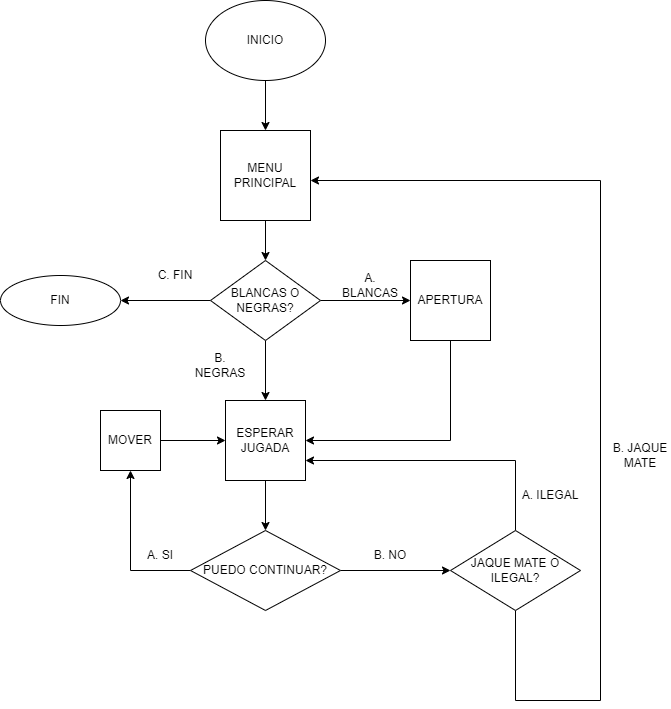
This is Diagrama de flujo.png from aigora/twE100_2122-defensa_siciliana, a draw.io export, as it was before one commit. Source tidied: cells renumbered, new cells last; positions are measured from the earlier drawing's top-left corner, leaving out a move shared by most shapes. Source of this version:
```xml
<mxGraphModel>
  <root>
    <mxCell id="0" />
    <mxCell id="1" parent="0" />
    <mxCell id="2" style="edgeStyle=orthogonalEdgeStyle;rounded=0;jettySize=auto;html=1;" parent="1" edge="1" source="3" target="5">
      <mxGeometry relative="1" as="geometry" />
    </mxCell>
    <mxCell id="3" value="INICIO&lt;br&gt;" style="ellipse;whiteSpace=wrap;html=1;" parent="1" vertex="1">
      <mxGeometry x="205" width="120" height="80" as="geometry" />
    </mxCell>
    <mxCell id="4" style="edgeStyle=orthogonalEdgeStyle;rounded=0;jettySize=auto;html=1;entryX=0.5;entryY=0;entryDx=0;entryDy=0;" parent="1" edge="1" source="5" target="10">
      <mxGeometry relative="1" as="geometry" />
    </mxCell>
    <mxCell id="5" value="MENU PRINCIPAL&lt;br&gt;" style="whiteSpace=wrap;html=1;" parent="1" vertex="1">
      <mxGeometry x="220" y="130" width="90" height="90" as="geometry" />
    </mxCell>
    <mxCell id="6" value="FIN" style="ellipse;whiteSpace=wrap;html=1;" parent="1" vertex="1">
      <mxGeometry y="275" width="120" height="50" as="geometry" />
    </mxCell>
    <mxCell id="7" style="edgeStyle=orthogonalEdgeStyle;rounded=0;jettySize=auto;html=1;" parent="1" edge="1" source="10" target="15">
      <mxGeometry relative="1" as="geometry" />
    </mxCell>
    <mxCell id="8" style="edgeStyle=orthogonalEdgeStyle;rounded=0;jettySize=auto;html=1;entryX=0;entryY=0.5;entryDx=0;entryDy=0;" parent="1" edge="1" source="10" target="13">
      <mxGeometry relative="1" as="geometry" />
    </mxCell>
    <mxCell id="9" style="edgeStyle=orthogonalEdgeStyle;rounded=0;jettySize=auto;html=1;entryX=1;entryY=0.5;entryDx=0;entryDy=0;" parent="1" edge="1" source="10" target="6">
      <mxGeometry relative="1" as="geometry" />
    </mxCell>
    <mxCell id="10" value="BLANCAS O NEGRAS?" style="rhombus;whiteSpace=wrap;html=1;" parent="1" vertex="1">
      <mxGeometry x="210" y="260" width="110" height="80" as="geometry" />
    </mxCell>
    <mxCell id="11" style="edgeStyle=orthogonalEdgeStyle;rounded=0;jettySize=auto;html=1;exitX=0.25;exitY=1;exitDx=0;exitDy=0;" parent="1" edge="1" source="13">
      <mxGeometry relative="1" as="geometry">
        <mxPoint x="440" y="320" as="targetPoint" />
      </mxGeometry>
    </mxCell>
    <mxCell id="12" style="edgeStyle=orthogonalEdgeStyle;rounded=0;jettySize=auto;html=1;entryX=1;entryY=0.5;entryDx=0;entryDy=0;exitX=0.5;exitY=1;exitDx=0;exitDy=0;" parent="1" edge="1" source="13" target="15">
      <mxGeometry relative="1" as="geometry" />
    </mxCell>
    <mxCell id="13" value="APERTURA" style="whiteSpace=wrap;html=1;" parent="1" vertex="1">
      <mxGeometry x="410" y="260" width="80" height="80" as="geometry" />
    </mxCell>
    <mxCell id="14" style="edgeStyle=orthogonalEdgeStyle;rounded=0;jettySize=auto;html=1;" parent="1" edge="1" source="15" target="18">
      <mxGeometry relative="1" as="geometry" />
    </mxCell>
    <mxCell id="15" value="ESPERAR JUGADA" style="whiteSpace=wrap;html=1;" parent="1" vertex="1">
      <mxGeometry x="225" y="400" width="80" height="80" as="geometry" />
    </mxCell>
    <mxCell id="16" style="edgeStyle=orthogonalEdgeStyle;rounded=0;jettySize=auto;html=1;entryX=0;entryY=0.5;entryDx=0;entryDy=0;" parent="1" edge="1" source="18" target="21">
      <mxGeometry relative="1" as="geometry" />
    </mxCell>
    <mxCell id="17" style="edgeStyle=orthogonalEdgeStyle;rounded=0;jettySize=auto;html=1;entryX=0.5;entryY=1;entryDx=0;entryDy=0;" parent="1" edge="1" source="18" target="26">
      <mxGeometry relative="1" as="geometry" />
    </mxCell>
    <mxCell id="18" value="PUEDO CONTINUAR?" style="rhombus;whiteSpace=wrap;html=1;" parent="1" vertex="1">
      <mxGeometry x="190" y="530" width="150" height="80" as="geometry" />
    </mxCell>
    <mxCell id="19" style="edgeStyle=orthogonalEdgeStyle;rounded=0;jettySize=auto;html=1;" parent="1" edge="1" source="21" target="15">
      <mxGeometry relative="1" as="geometry">
        <Array as="points">
          <mxPoint x="515" y="460" />
        </Array>
      </mxGeometry>
    </mxCell>
    <mxCell id="20" style="edgeStyle=orthogonalEdgeStyle;rounded=0;jettySize=auto;html=1;" parent="1" edge="1" source="21">
      <mxGeometry relative="1" as="geometry">
        <mxPoint x="310" y="180" as="targetPoint" />
        <Array as="points">
          <mxPoint x="515" y="700" />
          <mxPoint x="600" y="700" />
          <mxPoint x="600" y="180" />
        </Array>
      </mxGeometry>
    </mxCell>
    <mxCell id="21" value="JAQUE MATE O ILEGAL?" style="rhombus;whiteSpace=wrap;html=1;" parent="1" vertex="1">
      <mxGeometry x="450" y="530" width="130" height="80" as="geometry" />
    </mxCell>
    <mxCell id="22" value="A. BLANCAS" style="text;html=1;strokeColor=none;fillColor=none;align=center;verticalAlign=middle;whiteSpace=wrap;rounded=0;" parent="1" vertex="1">
      <mxGeometry x="340" y="270" width="60" height="30" as="geometry" />
    </mxCell>
    <mxCell id="23" value="B. NEGRAS" style="text;html=1;strokeColor=none;fillColor=none;align=center;verticalAlign=middle;whiteSpace=wrap;rounded=0;" parent="1" vertex="1">
      <mxGeometry x="190" y="350" width="60" height="30" as="geometry" />
    </mxCell>
    <mxCell id="24" value="C. FIN" style="text;html=1;strokeColor=none;fillColor=none;align=center;verticalAlign=middle;whiteSpace=wrap;rounded=0;" parent="1" vertex="1">
      <mxGeometry x="145" y="260" width="60" height="30" as="geometry" />
    </mxCell>
    <mxCell id="25" style="edgeStyle=orthogonalEdgeStyle;rounded=0;jettySize=auto;html=1;entryX=0;entryY=0.5;entryDx=0;entryDy=0;" parent="1" edge="1" source="26" target="15">
      <mxGeometry relative="1" as="geometry" />
    </mxCell>
    <mxCell id="26" value="MOVER" style="whiteSpace=wrap;html=1;" parent="1" vertex="1">
      <mxGeometry x="100" y="410" width="60" height="60" as="geometry" />
    </mxCell>
    <mxCell id="27" value="A. SI" style="text;html=1;strokeColor=none;fillColor=none;align=center;verticalAlign=middle;whiteSpace=wrap;rounded=0;" parent="1" vertex="1">
      <mxGeometry x="130" y="540" width="60" height="30" as="geometry" />
    </mxCell>
    <mxCell id="28" value="B. NO" style="text;html=1;strokeColor=none;fillColor=none;align=center;verticalAlign=middle;whiteSpace=wrap;rounded=0;" parent="1" vertex="1">
      <mxGeometry x="360" y="540" width="60" height="30" as="geometry" />
    </mxCell>
    <mxCell id="29" value="A. ILEGAL" style="text;html=1;strokeColor=none;fillColor=none;align=center;verticalAlign=middle;whiteSpace=wrap;rounded=0;" parent="1" vertex="1">
      <mxGeometry x="520" y="480" width="60" height="30" as="geometry" />
    </mxCell>
    <mxCell id="30" value="B. JAQUE MATE" style="text;html=1;strokeColor=none;fillColor=none;align=center;verticalAlign=middle;whiteSpace=wrap;rounded=0;" parent="1" vertex="1">
      <mxGeometry x="610" y="440" width="60" height="30" as="geometry" />
    </mxCell>
  </root>
</mxGraphModel>
```
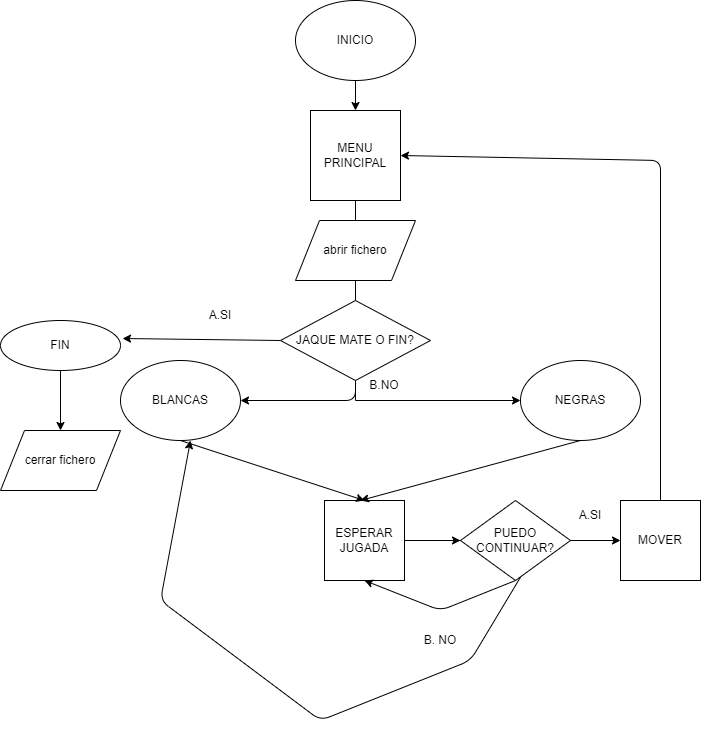
Above is the later version.

Diff of the diagram source:
```diff
@@ -8,99 +8,122 @@
     <mxCell id="3" value="INICIO&lt;br&gt;" style="ellipse;whiteSpace=wrap;html=1;" parent="1" vertex="1">
       <mxGeometry x="205" width="120" height="80" as="geometry" />
     </mxCell>
-    <mxCell id="4" style="edgeStyle=orthogonalEdgeStyle;rounded=0;jettySize=auto;html=1;entryX=0.5;entryY=0;entryDx=0;entryDy=0;" parent="1" edge="1" source="5" target="10">
-      <mxGeometry relative="1" as="geometry" />
+    <mxCell id="4" style="edgeStyle=orthogonalEdgeStyle;rounded=0;jettySize=auto;html=1;entryX=0.5;entryY=0;entryDx=0;entryDy=0;" parent="1" edge="1" source="5">
+      <mxGeometry relative="1" as="geometry">
+        <mxPoint x="265" y="260" as="targetPoint" />
+      </mxGeometry>
     </mxCell>
+    <mxCell id="31" style="edgeStyle=orthogonalEdgeStyle;rounded=0;jettySize=auto;html=1;" parent="1" edge="1" source="5">
+      <mxGeometry relative="1" as="geometry">
+        <mxPoint x="265" y="260" as="targetPoint" />
+        <Array as="points">
+          <mxPoint x="265" y="240" />
+          <mxPoint x="265" y="240" />
+        </Array>
+      </mxGeometry>
+    </mxCell>
     <mxCell id="5" value="MENU PRINCIPAL&lt;br&gt;" style="whiteSpace=wrap;html=1;" parent="1" vertex="1">
-      <mxGeometry x="220" y="130" width="90" height="90" as="geometry" />
+      <mxGeometry x="220" y="110" width="90" height="90" as="geometry" />
     </mxCell>
     <mxCell id="6" value="FIN" style="ellipse;whiteSpace=wrap;html=1;" parent="1" vertex="1">
-      <mxGeometry y="275" width="120" height="50" as="geometry" />
+      <mxGeometry x="-90" y="320" width="120" height="50" as="geometry" />
     </mxCell>
-    <mxCell id="7" style="edgeStyle=orthogonalEdgeStyle;rounded=0;jettySize=auto;html=1;" parent="1" edge="1" source="10" target="15">
-      <mxGeometry relative="1" as="geometry" />
+    <mxCell id="7" style="edgeStyle=orthogonalEdgeStyle;rounded=0;jettySize=auto;html=1;exitX=0.5;exitY=1;exitDx=0;exitDy=0;" parent="1" edge="1" source="32" target="35">
+      <mxGeometry relative="1" as="geometry">
+        <Array as="points">
+          <mxPoint x="265" y="400" />
+        </Array>
+      </mxGeometry>
     </mxCell>
-    <mxCell id="8" style="edgeStyle=orthogonalEdgeStyle;rounded=0;jettySize=auto;html=1;entryX=0;entryY=0.5;entryDx=0;entryDy=0;" parent="1" edge="1" source="10" target="13">
-      <mxGeometry relative="1" as="geometry" />
-    </mxCell>
-    <mxCell id="9" style="edgeStyle=orthogonalEdgeStyle;rounded=0;jettySize=auto;html=1;entryX=1;entryY=0.5;entryDx=0;entryDy=0;" parent="1" edge="1" source="10" target="6">
-      <mxGeometry relative="1" as="geometry" />
-    </mxCell>
-    <mxCell id="10" value="BLANCAS O NEGRAS?" style="rhombus;whiteSpace=wrap;html=1;" parent="1" vertex="1">
-      <mxGeometry x="210" y="260" width="110" height="80" as="geometry" />
-    </mxCell>
-    <mxCell id="11" style="edgeStyle=orthogonalEdgeStyle;rounded=0;jettySize=auto;html=1;exitX=0.25;exitY=1;exitDx=0;exitDy=0;" parent="1" edge="1" source="13">
-      <mxGeometry relative="1" as="geometry">
-        <mxPoint x="440" y="320" as="targetPoint" />
-      </mxGeometry>
-    </mxCell>
-    <mxCell id="12" style="edgeStyle=orthogonalEdgeStyle;rounded=0;jettySize=auto;html=1;entryX=1;entryY=0.5;entryDx=0;entryDy=0;exitX=0.5;exitY=1;exitDx=0;exitDy=0;" parent="1" edge="1" source="13" target="15">
-      <mxGeometry relative="1" as="geometry" />
-    </mxCell>
-    <mxCell id="13" value="APERTURA" style="whiteSpace=wrap;html=1;" parent="1" vertex="1">
-      <mxGeometry x="410" y="260" width="80" height="80" as="geometry" />
-    </mxCell>
-    <mxCell id="14" style="edgeStyle=orthogonalEdgeStyle;rounded=0;jettySize=auto;html=1;" parent="1" edge="1" source="15" target="18">
-      <mxGeometry relative="1" as="geometry" />
-    </mxCell>
+    <mxCell id="32" value="abrir fichero&lt;br&gt;" style="shape=parallelogram;perimeter=parallelogramPerimeter;whiteSpace=wrap;html=1;" parent="1" vertex="1">
+      <mxGeometry x="205" y="220" width="120" height="60" as="geometry" />
+    </mxCell>
+    <mxCell id="33" value="cerrar fichero" style="shape=parallelogram;perimeter=parallelogramPerimeter;whiteSpace=wrap;html=1;" parent="1" vertex="1">
+      <mxGeometry x="-90" y="430" width="120" height="60" as="geometry" />
+    </mxCell>
-    <mxCell id="15" value="ESPERAR JUGADA" style="whiteSpace=wrap;html=1;" parent="1" vertex="1">
-      <mxGeometry x="225" y="400" width="80" height="80" as="geometry" />
+    <mxCell id="15" value="&lt;span&gt;ESPERAR JUGADA&lt;/span&gt;&lt;br&gt;" style="whiteSpace=wrap;html=1;" parent="1" vertex="1">
+      <mxGeometry x="234" y="500" width="80" height="80" as="geometry" />
     </mxCell>
-    <mxCell id="16" style="edgeStyle=orthogonalEdgeStyle;rounded=0;jettySize=auto;html=1;entryX=0;entryY=0.5;entryDx=0;entryDy=0;" parent="1" edge="1" source="18" target="21">
-      <mxGeometry relative="1" as="geometry" />
-    </mxCell>
-    <mxCell id="17" style="edgeStyle=orthogonalEdgeStyle;rounded=0;jettySize=auto;html=1;entryX=0.5;entryY=1;entryDx=0;entryDy=0;" parent="1" edge="1" source="18" target="26">
-      <mxGeometry relative="1" as="geometry" />
-    </mxCell>
+    <mxCell id="34" style="endArrow=classic;html=1;exitX=0;exitY=0.5;exitDx=0;exitDy=0;entryX=0;entryY=0.5;entryDx=0;entryDy=0;" parent="1" edge="1" source="x">
+      <mxGeometry relative="1" as="geometry">
+        <mxPoint x="100" y="440" as="targetPoint" />
+        <Array as="points">
+          <mxPoint x="380" y="660" />
+          <mxPoint x="230" y="720" />
+          <mxPoint x="70" y="600" />
+        </Array>
+      </mxGeometry>
+    </mxCell>
+    <mxCell id="35" value="NEGRAS" style="ellipse;whiteSpace=wrap;html=1;" parent="1" vertex="1">
+      <mxGeometry x="430" y="360" width="120" height="80" as="geometry" />
+    </mxCell>
+    <mxCell id="36" value="BLANCAS" style="ellipse;whiteSpace=wrap;html=1;" parent="1" vertex="1">
+      <mxGeometry x="30" y="360" width="120" height="80" as="geometry" />
+    </mxCell>
+    <mxCell id="37" style="endArrow=classic;html=1;exitX=0.5;exitY=1;exitDx=0;exitDy=0;entryX=0.5;entryY=0;entryDx=0;entryDy=0;" parent="1" edge="1" source="36" target="15">
+      <mxGeometry relative="1" as="geometry" />
+    </mxCell>
+    <mxCell id="38" style="endArrow=classic;html=1;exitX=0.5;exitY=1;exitDx=0;exitDy=0;" parent="1" edge="1" source="35">
+      <mxGeometry relative="1" as="geometry">
+        <mxPoint x="270" y="500" as="targetPoint" />
+      </mxGeometry>
+    </mxCell>
+    <mxCell id="26" value="MOVER" style="whiteSpace=wrap;html=1;" parent="1" vertex="1">
+      <mxGeometry x="530" y="500" width="80" height="80" as="geometry" />
+    </mxCell>
+    <mxCell id="39" style="endArrow=classic;html=1;entryX=0;entryY=0.5;entryDx=0;entryDy=0;exitX=1;exitY=0.5;exitDx=0;exitDy=0;" parent="1" edge="1" source="15" target="26">
+      <mxGeometry relative="1" as="geometry" />
+    </mxCell>
+    <mxCell id="40" style="endArrow=classic;html=1;entryX=1;entryY=0.5;entryDx=0;entryDy=0;" parent="1" edge="1" target="5">
+      <mxGeometry relative="1" as="geometry">
+        <mxPoint x="570" y="500" as="sourcePoint" />
+        <Array as="points">
+          <mxPoint x="570" y="160" />
+        </Array>
+      </mxGeometry>
+    </mxCell>
     <mxCell id="18" value="PUEDO CONTINUAR?" style="rhombus;whiteSpace=wrap;html=1;" parent="1" vertex="1">
-      <mxGeometry x="190" y="530" width="150" height="80" as="geometry" />
+      <mxGeometry x="370" y="500" width="110" height="80" as="geometry" />
     </mxCell>
-    <mxCell id="19" style="edgeStyle=orthogonalEdgeStyle;rounded=0;jettySize=auto;html=1;" parent="1" edge="1" source="21" target="15">
-      <mxGeometry relative="1" as="geometry">
-        <Array as="points">
-          <mxPoint x="515" y="460" />
-        </Array>
-      </mxGeometry>
-    </mxCell>
-    <mxCell id="20" style="edgeStyle=orthogonalEdgeStyle;rounded=0;jettySize=auto;html=1;" parent="1" edge="1" source="21">
-      <mxGeometry relative="1" as="geometry">
-        <mxPoint x="310" y="180" as="targetPoint" />
-        <Array as="points">
-          <mxPoint x="515" y="700" />
-          <mxPoint x="600" y="700" />
-          <mxPoint x="600" y="180" />
-        </Array>
-      </mxGeometry>
-    </mxCell>
-    <mxCell id="21" value="JAQUE MATE O ILEGAL?" style="rhombus;whiteSpace=wrap;html=1;" parent="1" vertex="1">
-      <mxGeometry x="450" y="530" width="130" height="80" as="geometry" />
-    </mxCell>
-    <mxCell id="22" value="A. BLANCAS" style="text;html=1;strokeColor=none;fillColor=none;align=center;verticalAlign=middle;whiteSpace=wrap;rounded=0;" parent="1" vertex="1">
-      <mxGeometry x="340" y="270" width="60" height="30" as="geometry" />
-    </mxCell>
-    <mxCell id="23" value="B. NEGRAS" style="text;html=1;strokeColor=none;fillColor=none;align=center;verticalAlign=middle;whiteSpace=wrap;rounded=0;" parent="1" vertex="1">
-      <mxGeometry x="190" y="350" width="60" height="30" as="geometry" />
-    </mxCell>
-    <mxCell id="24" value="C. FIN" style="text;html=1;strokeColor=none;fillColor=none;align=center;verticalAlign=middle;whiteSpace=wrap;rounded=0;" parent="1" vertex="1">
-      <mxGeometry x="145" y="260" width="60" height="30" as="geometry" />
-    </mxCell>
-    <mxCell id="25" style="edgeStyle=orthogonalEdgeStyle;rounded=0;jettySize=auto;html=1;entryX=0;entryY=0.5;entryDx=0;entryDy=0;" parent="1" edge="1" source="26" target="15">
-      <mxGeometry relative="1" as="geometry" />
-    </mxCell>
-    <mxCell id="26" value="MOVER" style="whiteSpace=wrap;html=1;" parent="1" vertex="1">
-      <mxGeometry x="100" y="410" width="60" height="60" as="geometry" />
-    </mxCell>
-    <mxCell id="27" value="A. SI" style="text;html=1;strokeColor=none;fillColor=none;align=center;verticalAlign=middle;whiteSpace=wrap;rounded=0;" parent="1" vertex="1">
-      <mxGeometry x="130" y="540" width="60" height="30" as="geometry" />
-    </mxCell>
+    <mxCell id="41" value="A.SI" style="text;html=1;strokeColor=none;fillColor=none;align=center;verticalAlign=middle;whiteSpace=wrap;rounded=0;" parent="1" vertex="1">
+      <mxGeometry x="480" y="505" width="40" height="20" as="geometry" />
+    </mxCell>
     <mxCell id="28" value="B. NO" style="text;html=1;strokeColor=none;fillColor=none;align=center;verticalAlign=middle;whiteSpace=wrap;rounded=0;" parent="1" vertex="1">
-      <mxGeometry x="360" y="540" width="60" height="30" as="geometry" />
+      <mxGeometry x="330" y="630" width="40" height="20" as="geometry" />
     </mxCell>
-    <mxCell id="29" value="A. ILEGAL" style="text;html=1;strokeColor=none;fillColor=none;align=center;verticalAlign=middle;whiteSpace=wrap;rounded=0;" parent="1" vertex="1">
-      <mxGeometry x="520" y="480" width="60" height="30" as="geometry" />
-    </mxCell>
-    <mxCell id="30" value="B. JAQUE MATE" style="text;html=1;strokeColor=none;fillColor=none;align=center;verticalAlign=middle;whiteSpace=wrap;rounded=0;" parent="1" vertex="1">
-      <mxGeometry x="610" y="440" width="60" height="30" as="geometry" />
-    </mxCell>
+    <mxCell id="42" style="endArrow=classic;html=1;exitX=0.5;exitY=1;exitDx=0;exitDy=0;entryX=0.5;entryY=1;entryDx=0;entryDy=0;" parent="1" edge="1" source="18" target="15">
+      <mxGeometry relative="1" as="geometry">
+        <Array as="points">
+          <mxPoint x="350" y="610" />
+        </Array>
+      </mxGeometry>
+    </mxCell>
+    <mxCell id="43" value="JAQUE MATE O FIN?" style="rhombus;whiteSpace=wrap;html=1;" parent="1" vertex="1">
+      <mxGeometry x="190" y="300" width="150" height="80" as="geometry" />
+    </mxCell>
+    <mxCell id="44" style="endArrow=classic;html=1;exitX=1;exitY=0.5;exitDx=0;exitDy=0;" parent="1" edge="1" source="15">
+      <mxGeometry relative="1" as="geometry">
+        <mxPoint x="370" y="540" as="targetPoint" />
+      </mxGeometry>
+    </mxCell>
+    <mxCell id="45" style="endArrow=classic;html=1;exitX=0;exitY=0.5;exitDx=0;exitDy=0;entryX=1.017;entryY=0.36;entryDx=0;entryDy=0;entryPerimeter=0;" parent="1" edge="1" source="43" target="6">
+      <mxGeometry relative="1" as="geometry" />
+    </mxCell>
+    <mxCell id="46" style="endArrow=classic;html=1;exitX=0.5;exitY=1;exitDx=0;exitDy=0;entryX=1;entryY=0.5;entryDx=0;entryDy=0;" parent="1" edge="1" source="43" target="36">
+      <mxGeometry relative="1" as="geometry">
+        <Array as="points">
+          <mxPoint x="265" y="400" />
+        </Array>
+      </mxGeometry>
+    </mxCell>
+    <mxCell id="47" style="endArrow=classic;html=1;exitX=0.5;exitY=1;exitDx=0;exitDy=0;entryX=0.5;entryY=0;entryDx=0;entryDy=0;" parent="1" edge="1" source="6" target="33">
+      <mxGeometry relative="1" as="geometry" />
+    </mxCell>
+    <mxCell id="48" value="A.SI" style="text;html=1;strokeColor=none;fillColor=none;align=center;verticalAlign=middle;whiteSpace=wrap;rounded=0;" parent="1" vertex="1">
+      <mxGeometry x="110" y="280" width="40" height="70" as="geometry" />
+    </mxCell>
+    <mxCell id="49" value="B.NO" style="text;html=1;strokeColor=none;fillColor=none;align=center;verticalAlign=middle;whiteSpace=wrap;rounded=0;" parent="1" vertex="1">
+      <mxGeometry x="274" y="350" width="40" height="70" as="geometry" />
+    </mxCell>
   </root>
 </mxGraphModel>
```
